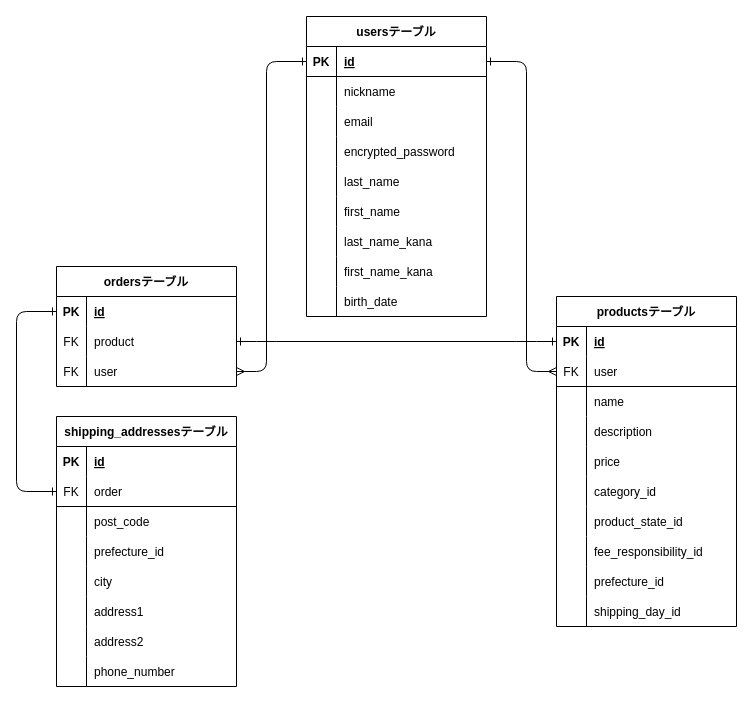
packerman1212/furima-40759 keeps this draw.io diagram as databese.dio. Above is the earlier version. Source tidied: cells renumbered, new cells numbered last; positions are measured from the earlier drawing's top-left corner, leaving out a move shared by most shapes. Both pictures are drawn from the tidied source at 100%, with x=0, y=0 at pixel (16, 16).
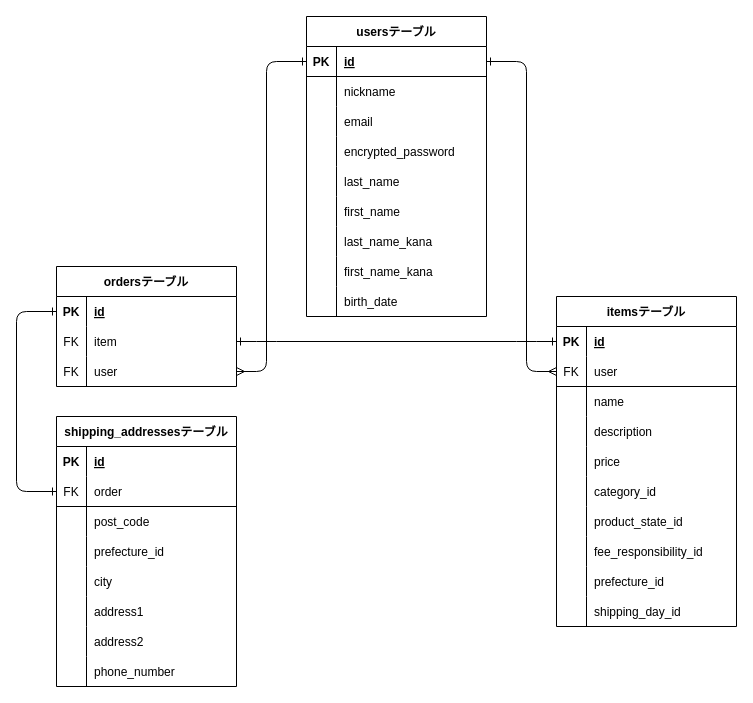
The same page after the edit.

Commit message (it also covers changes not shown here):
productsテーブル→itemsテーブルに変更し、READMEとER図を修正

Unchanged cells that the change refers to:
```xml
<mxCell id="66" style="shape=tableRow;horizontal=0;startSize=0;swimlaneHead=0;swimlaneBody=0;fillColor=none;points=[[0,0.5],[1,0.5]];portConstraint=eastwest;top=0;left=0;right=0;bottom=0;" parent="62" vertex="1">
  <mxGeometry y="60" width="180" height="30" as="geometry" />
</mxCell>
```

What changed in the source:
```diff
@@
-    <mxCell id="30" value="productsテーブル" style="shape=table;startSize=30;childLayout=tableLayout;rowLines=0;fontStyle=1;align=center;" parent="1" vertex="1">
+    <mxCell id="30" value="itemsテーブル" style="shape=table;startSize=30;childLayout=tableLayout;rowLines=0;fontStyle=1;align=center;" parent="1" vertex="1">
       <mxGeometry x="540" y="280" width="180" height="330" as="geometry" />
     </mxCell>
@@
-    <mxCell id="68" value="product" style="shape=partialRectangle;fillColor=none;top=0;left=0;bottom=0;right=0;align=left;spacingLeft=6;fontStyle=0;overflow=hidden;" parent="66" vertex="1">
+    <mxCell id="68" value="item" style="shape=partialRectangle;fillColor=none;top=0;left=0;bottom=0;right=0;align=left;spacingLeft=6;fontStyle=0;overflow=hidden;" parent="66" vertex="1">
       <mxGeometry x="30" width="150" height="30" as="geometry" />
     </mxCell>
```
